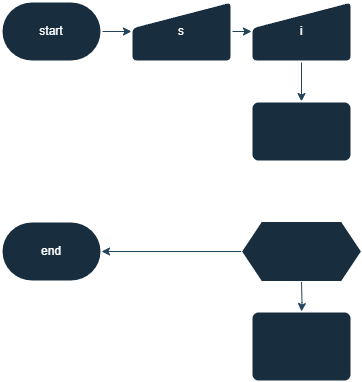
Earlier version of the draw.io export Parte-3/atividade11.png (kf-martins-uel/algoritmos-atividade1). Source tidied: cells renumbered, new cells last; positions are measured from the earlier drawing's top-left corner, leaving out a move shared by most shapes.
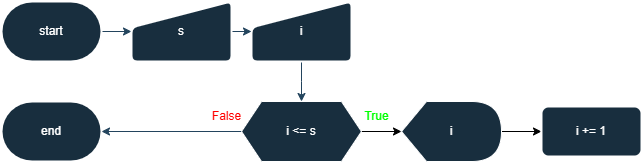
After the commit.

Change to the diagram source:
```diff
@@ -9,7 +9,7 @@
       <mxGeometry width="100" height="60" as="geometry" />
     </mxCell>
     <mxCell id="4" value="end" style="strokeWidth=2;html=1;shape=mxgraph.flowchart.terminator;whiteSpace=wrap;strokeColor=#FFFFFF;fontColor=#FFFFFF;fillColor=#182E3E;labelBackgroundColor=none;" parent="1" vertex="1">
-      <mxGeometry y="220" width="100" height="60" as="geometry" />
+      <mxGeometry y="100" width="100" height="60" as="geometry" />
     </mxCell>
     <mxCell id="5" style="edgeStyle=orthogonalEdgeStyle;rounded=0;jettySize=auto;html=1;strokeColor=#23445D;" parent="1" edge="1" source="6" target="10">
       <mxGeometry relative="1" as="geometry" />
@@ -17,16 +17,10 @@
     <mxCell id="6" value="s" style="html=1;strokeWidth=2;shape=manualInput;whiteSpace=wrap;rounded=1;size=26;arcSize=11;strokeColor=#FFFFFF;fontColor=#FFFFFF;fillColor=#182E3E;" parent="1" vertex="1">
       <mxGeometry x="130" width="100" height="60" as="geometry" />
     </mxCell>
-    <mxCell id="7" style="rounded=1;whiteSpace=wrap;html=1;absoluteArcSize=1;arcSize=14;strokeWidth=2;strokeColor=#FFFFFF;fontColor=#FFFFFF;fillColor=#182E3E;" parent="1" vertex="1">
-      <mxGeometry x="250" y="310" width="100" height="70" as="geometry" />
-    </mxCell>
-    <mxCell id="8" style="edgeStyle=orthogonalEdgeStyle;rounded=0;jettySize=auto;html=1;strokeColor=#23445D;" parent="1" edge="1" target="7">
-      <mxGeometry relative="1" as="geometry">
-        <mxPoint x="300" y="280" as="sourcePoint" />
-      </mxGeometry>
-    </mxCell>
-    <mxCell id="9" style="edgeStyle=orthogonalEdgeStyle;rounded=0;jettySize=auto;html=1;entryX=0.5;entryY=0;entryDx=0;entryDy=0;strokeColor=#23445D;" parent="1" edge="1" source="10" target="13">
-      <mxGeometry relative="1" as="geometry" />
+    <mxCell id="9" style="edgeStyle=orthogonalEdgeStyle;rounded=0;jettySize=auto;html=1;entryX=0.5;entryY=0;entryDx=0;entryDy=0;strokeColor=#23445D;" parent="1" edge="1" source="10">
+      <mxGeometry relative="1" as="geometry">
+        <mxPoint x="300" y="100" as="targetPoint" />
+      </mxGeometry>
     </mxCell>
     <mxCell id="10" value="i" style="html=1;strokeWidth=2;shape=manualInput;whiteSpace=wrap;rounded=1;size=26;arcSize=11;strokeColor=#FFFFFF;fontColor=#FFFFFF;fillColor=#182E3E;" parent="1" vertex="1">
       <mxGeometry x="250" width="100" height="60" as="geometry" />
@@ -34,11 +28,26 @@
     <mxCell id="11" style="edgeStyle=orthogonalEdgeStyle;rounded=0;jettySize=auto;html=1;strokeColor=#23445D;" parent="1" edge="1" source="12" target="4">
       <mxGeometry relative="1" as="geometry" />
     </mxCell>
+    <mxCell id="14" style="edgeStyle=orthogonalEdgeStyle;rounded=0;jettySize=auto;html=1;" parent="1" edge="1" source="12" target="16">
+      <mxGeometry relative="1" as="geometry" />
+    </mxCell>
-    <mxCell id="12" style="shape=hexagon;perimeter=hexagonPerimeter2;whiteSpace=wrap;html=1;fixedSize=1;strokeColor=#FFFFFF;fontColor=#FFFFFF;fillColor=#182E3E;" parent="1" vertex="1">
-      <mxGeometry x="240" y="220" width="120" height="60" as="geometry" />
+    <mxCell id="12" value="i &amp;lt;= s" style="shape=hexagon;perimeter=hexagonPerimeter2;whiteSpace=wrap;html=1;fixedSize=1;strokeColor=#FFFFFF;fontColor=#FFFFFF;fillColor=#182E3E;" parent="1" vertex="1">
+      <mxGeometry x="240" y="100" width="120" height="60" as="geometry" />
     </mxCell>
-    <mxCell id="13" style="rounded=1;whiteSpace=wrap;html=1;absoluteArcSize=1;arcSize=14;strokeWidth=2;strokeColor=#FFFFFF;fontColor=#FFFFFF;fillColor=#182E3E;" parent="1" vertex="1">
-      <mxGeometry x="250" y="100" width="100" height="60" as="geometry" />
-    </mxCell>
+    <mxCell id="15" style="edgeStyle=orthogonalEdgeStyle;rounded=0;jettySize=auto;html=1;" parent="1" edge="1" source="16" target="17">
+      <mxGeometry relative="1" as="geometry" />
+    </mxCell>
+    <mxCell id="16" value="i" style="shape=display;whiteSpace=wrap;html=1;strokeColor=#FFFFFF;fontColor=#FFFFFF;fillColor=#182E3E;" parent="1" vertex="1">
+      <mxGeometry x="400" y="100" width="100" height="60" as="geometry" />
+    </mxCell>
+    <mxCell id="17" value="i += 1" style="rounded=1;whiteSpace=wrap;html=1;absoluteArcSize=1;arcSize=14;strokeWidth=2;labelBackgroundColor=none;fillColor=#182E3E;strokeColor=#FFFFFF;fontColor=#FFFFFF;" parent="1" vertex="1">
+      <mxGeometry x="540" y="105" width="100" height="50" as="geometry" />
+    </mxCell>
+    <mxCell id="18" value="&lt;font style=&quot;color: light-dark(rgb(0, 255, 0), rgb(0, 255, 0));&quot;&gt;True&lt;/font&gt;" style="text;html=1;align=center;verticalAlign=middle;strokeColor=none;fillColor=none;fontColor=#FFFFFF;labelBackgroundColor=none;" parent="1" vertex="1">
+      <mxGeometry x="350" y="100" width="50" height="30" as="geometry" />
+    </mxCell>
+    <mxCell id="19" value="&lt;font style=&quot;color: light-dark(rgb(255, 0, 0), rgb(255, 0, 0));&quot;&gt;False&lt;/font&gt;" style="text;html=1;align=center;verticalAlign=middle;strokeColor=none;fillColor=none;fontColor=#FFFFFF;labelBackgroundColor=none;" parent="1" vertex="1">
+      <mxGeometry x="200" y="100" width="50" height="30" as="geometry" />
+    </mxCell>
   </root>
 </mxGraphModel>
```
